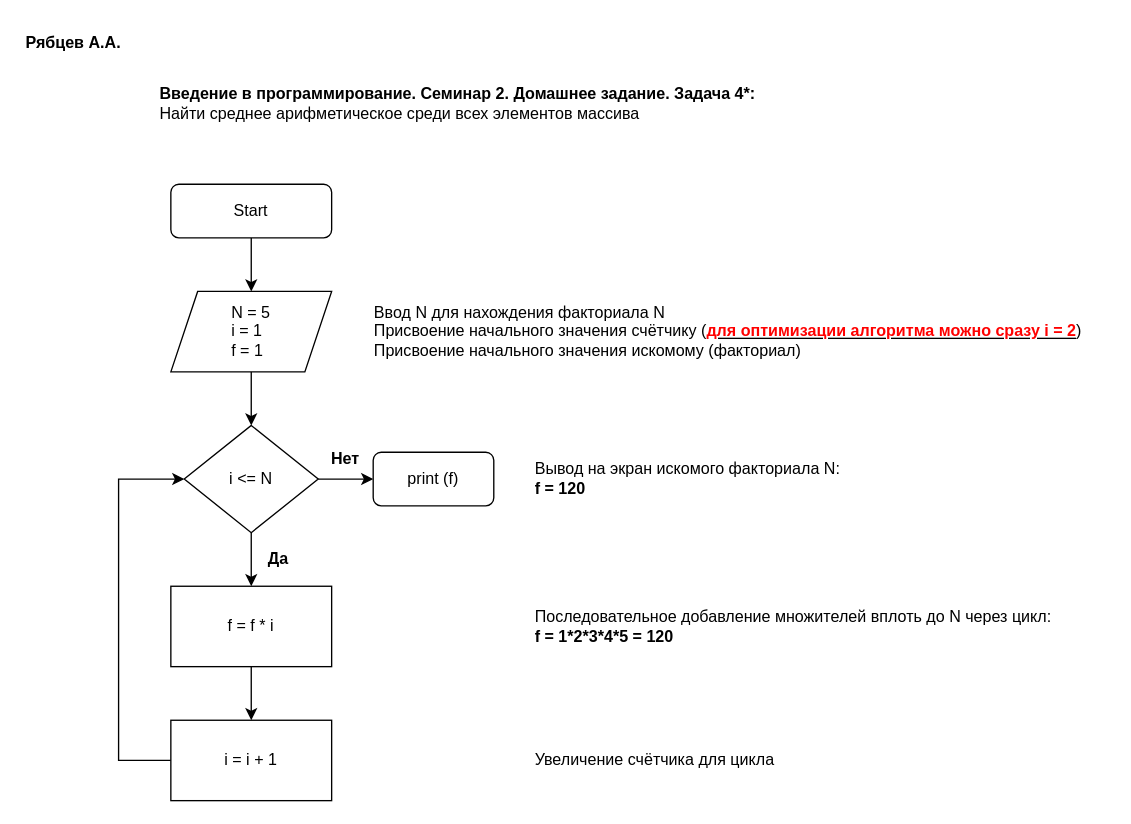
The draw.io diagram 2022.12.09_HW_2-4.drawio in kask1n/Programming_Introguction, before the edit. Source tidied: cells renumbered, new cells numbered last; positions are measured from the earlier drawing's top-left corner, leaving out a move shared by most shapes. Both pictures are drawn from the tidied source at 134%, with x=0, y=0 at pixel (23, 23).
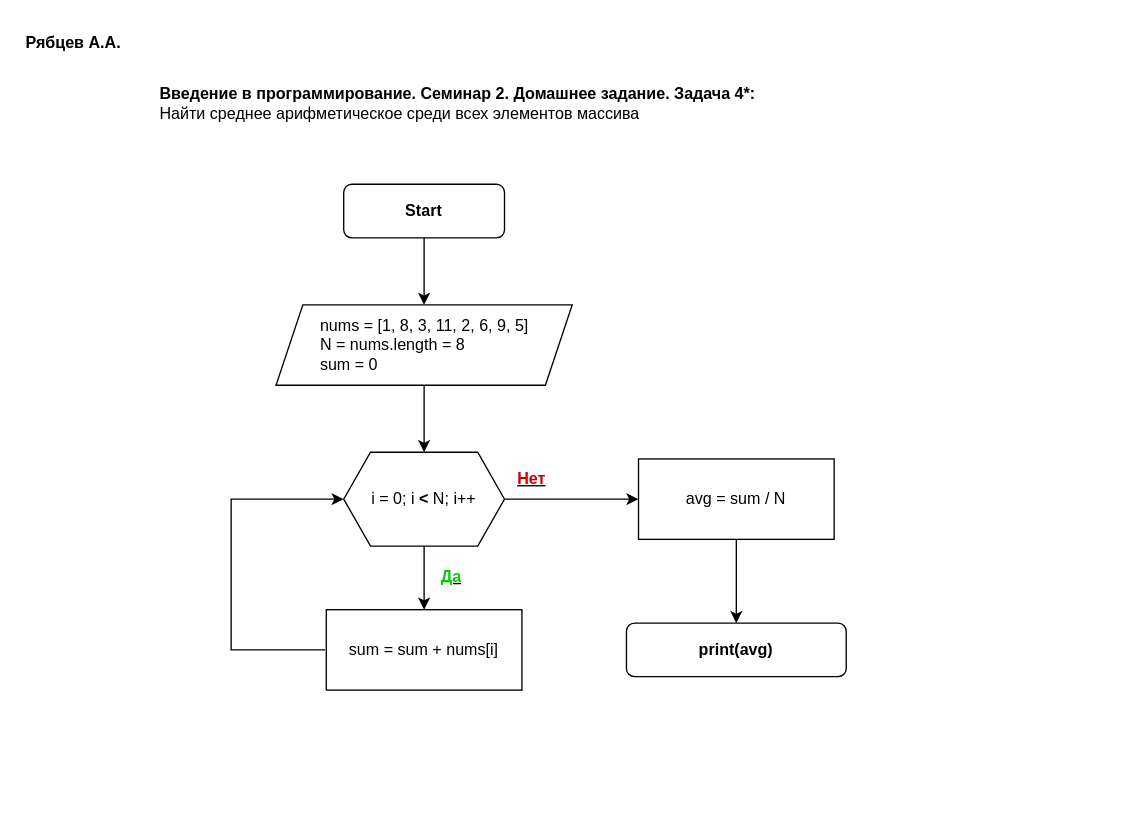
The same page after the edit.

Change to the diagram source:
```diff
@@
-    <mxCell id="2" style="edgeStyle=orthogonalEdgeStyle;rounded=0;jettySize=auto;html=1;" parent="1" edge="1" source="3">
-      <mxGeometry relative="1" as="geometry">
-        <mxPoint x="170" y="200" as="targetPoint" />
-      </mxGeometry>
-    </mxCell>
+    <mxCell id="10" value="&lt;b&gt;Введение в программирование. Семинар 2. Домашнее задание. Задача 4*:&lt;br&gt;&lt;/b&gt;&lt;div&gt;Найти среднее арифметическое среди всех элементов массива&lt;br&gt;&lt;/div&gt;" style="text;html=1;align=left;verticalAlign=middle;strokeColor=none;fillColor=none;" parent="1" vertex="1">
+      <mxGeometry x="100" y="40" width="470" height="40" as="geometry" />
+    </mxCell>
+    <mxCell id="21" value="&lt;b&gt;Рябцев А.А.&lt;/b&gt;" style="text;html=1;align=left;verticalAlign=middle;strokeColor=none;fillColor=none;" parent="1" vertex="1">
+      <mxGeometry width="90" height="30" as="geometry" />
+    </mxCell>
+    <mxCell id="22" style="edgeStyle=orthogonalEdgeStyle;rounded=0;jettySize=auto;html=1;" parent="1" edge="1" source="3" target="25">
+      <mxGeometry relative="1" as="geometry" />
+    </mxCell>
-    <mxCell id="3" value="Start" style="rounded=1;whiteSpace=wrap;html=1;fontSize=12;glass=0;strokeWidth=1;shadow=0;" parent="1" vertex="1">
-      <mxGeometry x="110" y="120" width="120" height="40" as="geometry" />
+    <mxCell id="3" value="&lt;b&gt;Start&lt;/b&gt;" style="rounded=1;whiteSpace=wrap;html=1;fontSize=12;glass=0;strokeWidth=1;shadow=0;" parent="1" vertex="1">
+      <mxGeometry x="239" y="120" width="120" height="40" as="geometry" />
     </mxCell>
-    <mxCell id="4" value="print (f)" style="rounded=1;whiteSpace=wrap;html=1;fontSize=12;glass=0;strokeWidth=1;shadow=0;" parent="1" vertex="1">
-      <mxGeometry x="261" y="320" width="90" height="40" as="geometry" />
-    </mxCell>
-    <mxCell id="5" style="edgeStyle=orthogonalEdgeStyle;rounded=0;jettySize=auto;html=1;" parent="1" edge="1" source="6" target="13">
-      <mxGeometry relative="1" as="geometry" />
-    </mxCell>
-    <mxCell id="6" value="&lt;div style=&quot;text-align: justify;&quot;&gt;&lt;span style=&quot;background-color: initial;&quot;&gt;N = 5&lt;/span&gt;&lt;/div&gt;&lt;div style=&quot;text-align: justify;&quot;&gt;&lt;span style=&quot;background-color: initial;&quot;&gt;i = 1&lt;/span&gt;&lt;/div&gt;&lt;div style=&quot;text-align: justify;&quot;&gt;&lt;span style=&quot;background-color: initial;&quot;&gt;f = 1&lt;/span&gt;&lt;/div&gt;" style="shape=parallelogram;perimeter=parallelogramPerimeter;whiteSpace=wrap;html=1;fixedSize=1;" parent="1" vertex="1">
-      <mxGeometry x="110" y="200" width="120" height="60" as="geometry" />
-    </mxCell>
-    <mxCell id="7" value="Вывод на экран искомого факториала N:&amp;nbsp;&lt;br&gt;&lt;b&gt;f = 120&lt;/b&gt;" style="text;html=1;align=left;verticalAlign=middle;strokeColor=none;fillColor=none;" parent="1" vertex="1">
-      <mxGeometry x="380" y="320" width="250" height="40" as="geometry" />
-    </mxCell>
-    <mxCell id="8" value="&lt;div style=&quot;&quot;&gt;&lt;span style=&quot;background-color: initial;&quot;&gt;Последовательное добавление множителей вплоть до N через цикл:&amp;nbsp;&lt;/span&gt;&lt;/div&gt;&lt;div style=&quot;&quot;&gt;&lt;span style=&quot;background-color: initial;&quot;&gt;&lt;b&gt;f = 1*2*3*4*5 = 120&lt;/b&gt;&lt;/span&gt;&lt;/div&gt;" style="text;html=1;align=left;verticalAlign=middle;strokeColor=none;fillColor=none;" parent="1" vertex="1">
-      <mxGeometry x="380" y="430" width="410" height="40" as="geometry" />
-    </mxCell>
-    <mxCell id="9" value="Ввод N для нахождения факториала N&lt;br&gt;Присвоение начального значения счётчику (&lt;b&gt;&lt;u&gt;&lt;font color=&quot;#ff0000&quot;&gt;для оптимизации алгоритма можно сразу i = 2&lt;/font&gt;&lt;/u&gt;&lt;/b&gt;)&lt;br&gt;Присвоение начального значения искомому (факториал)" style="text;html=1;align=left;verticalAlign=middle;strokeColor=none;fillColor=none;" parent="1" vertex="1">
-      <mxGeometry x="260" y="200" width="550" height="60" as="geometry" />
-    </mxCell>
-    <mxCell id="10" value="&lt;b&gt;Введение в программирование. Семинар 2. Домашнее задание. Задача 4*:&lt;br&gt;&lt;/b&gt;&lt;div&gt;Найти среднее арифметическое среди всех элементов массива&lt;br&gt;&lt;/div&gt;" style="text;html=1;align=left;verticalAlign=middle;strokeColor=none;fillColor=none;" parent="1" vertex="1">
-      <mxGeometry x="100" y="40" width="470" height="40" as="geometry" />
-    </mxCell>
-    <mxCell id="11" style="edgeStyle=orthogonalEdgeStyle;rounded=0;jettySize=auto;html=1;" parent="1" edge="1" source="13" target="15">
-      <mxGeometry relative="1" as="geometry" />
-    </mxCell>
-    <mxCell id="12" style="edgeStyle=orthogonalEdgeStyle;rounded=0;jettySize=auto;html=1;" parent="1" edge="1" source="13" target="4">
-      <mxGeometry relative="1" as="geometry" />
-    </mxCell>
-    <mxCell id="13" value="i &amp;lt;= N" style="rhombus;whiteSpace=wrap;html=1;" parent="1" vertex="1">
-      <mxGeometry x="120" y="300" width="100" height="80" as="geometry" />
-    </mxCell>
-    <mxCell id="14" style="edgeStyle=orthogonalEdgeStyle;rounded=0;jettySize=auto;html=1;" parent="1" edge="1" source="15" target="19">
-      <mxGeometry relative="1" as="geometry" />
-    </mxCell>
-    <mxCell id="15" value="f = f * i" style="rounded=0;whiteSpace=wrap;html=1;" parent="1" vertex="1">
-      <mxGeometry x="110" y="420" width="120" height="60" as="geometry" />
-    </mxCell>
+    <mxCell id="23" value="&lt;b&gt;print(avg)&lt;/b&gt;" style="rounded=1;whiteSpace=wrap;html=1;fontSize=12;glass=0;strokeWidth=1;shadow=0;" parent="1" vertex="1">
+      <mxGeometry x="450" y="447.5" width="164" height="40" as="geometry" />
+    </mxCell>
+    <mxCell id="24" style="edgeStyle=orthogonalEdgeStyle;rounded=0;jettySize=auto;html=1;" parent="1" edge="1" source="25" target="29">
+      <mxGeometry relative="1" as="geometry" />
+    </mxCell>
+    <mxCell id="25" value="&lt;div style=&quot;text-align: justify;&quot;&gt;&lt;span style=&quot;background-color: initial;&quot;&gt;nums = [1, 8, 3, 11, 2, 6, 9, 5]&lt;/span&gt;&lt;/div&gt;&lt;div style=&quot;text-align: justify;&quot;&gt;&lt;span style=&quot;background-color: initial;&quot;&gt;N = nums.length = 8&lt;/span&gt;&lt;/div&gt;&lt;div style=&quot;text-align: justify;&quot;&gt;&lt;span style=&quot;background-color: initial;&quot;&gt;sum = 0&lt;/span&gt;&lt;/div&gt;" style="shape=parallelogram;perimeter=parallelogramPerimeter;whiteSpace=wrap;html=1;fixedSize=1;" parent="1" vertex="1">
+      <mxGeometry x="188.5" y="210" width="221" height="60" as="geometry" />
+    </mxCell>
-    <mxCell id="16" value="&lt;b&gt;Да&lt;/b&gt;" style="text;html=1;align=center;verticalAlign=middle;strokeColor=none;fillColor=none;" parent="1" vertex="1">
-      <mxGeometry x="170" y="385" width="40" height="30" as="geometry" />
+    <mxCell id="16" value="&lt;b&gt;&lt;u&gt;&lt;font color=&quot;#00cc00&quot;&gt;Да&lt;/font&gt;&lt;/u&gt;&lt;/b&gt;" style="text;html=1;align=center;verticalAlign=middle;strokeColor=none;fillColor=none;" parent="1" vertex="1">
+      <mxGeometry x="299" y="397.5" width="40" height="30" as="geometry" />
     </mxCell>
-    <mxCell id="17" value="&lt;b&gt;Нет&lt;/b&gt;" style="text;html=1;align=center;verticalAlign=middle;strokeColor=none;fillColor=none;" parent="1" vertex="1">
-      <mxGeometry x="220" y="310" width="40" height="30" as="geometry" />
+    <mxCell id="17" value="&lt;b&gt;&lt;u&gt;&lt;font color=&quot;#cc0000&quot;&gt;Нет&lt;/font&gt;&lt;/u&gt;&lt;/b&gt;" style="text;html=1;align=center;verticalAlign=middle;strokeColor=none;fillColor=none;" parent="1" vertex="1">
+      <mxGeometry x="359" y="325" width="40" height="30" as="geometry" />
     </mxCell>
-    <mxCell id="18" style="edgeStyle=orthogonalEdgeStyle;rounded=0;jettySize=auto;html=1;entryX=0;entryY=0.5;entryDx=0;entryDy=0;" parent="1" edge="1" source="19" target="13">
-      <mxGeometry relative="1" as="geometry">
-        <Array as="points">
-          <mxPoint x="71" y="550" />
-          <mxPoint x="71" y="340" />
-        </Array>
-      </mxGeometry>
-    </mxCell>
-    <mxCell id="19" value="i = i + 1" style="rounded=0;whiteSpace=wrap;html=1;" parent="1" vertex="1">
-      <mxGeometry x="110" y="520" width="120" height="60" as="geometry" />
-    </mxCell>
-    <mxCell id="20" value="&lt;div style=&quot;&quot;&gt;Увеличение счётчика для цикла&lt;br&gt;&lt;/div&gt;" style="text;html=1;align=left;verticalAlign=middle;strokeColor=none;fillColor=none;" parent="1" vertex="1">
-      <mxGeometry x="380" y="535" width="200" height="30" as="geometry" />
-    </mxCell>
-    <mxCell id="21" value="&lt;b&gt;Рябцев А.А.&lt;/b&gt;" style="text;html=1;align=left;verticalAlign=middle;strokeColor=none;fillColor=none;" parent="1" vertex="1">
-      <mxGeometry width="90" height="30" as="geometry" />
-    </mxCell>
+    <mxCell id="26" style="edgeStyle=orthogonalEdgeStyle;rounded=0;jettySize=auto;html=1;entryX=0;entryY=0.5;entryDx=0;entryDy=0;" parent="1" edge="1" target="29">
+      <mxGeometry relative="1" as="geometry">
+        <mxPoint x="225" y="467.5" as="sourcePoint" />
+        <Array as="points">
+          <mxPoint x="155" y="468" />
+          <mxPoint x="155" y="355" />
+        </Array>
+      </mxGeometry>
+    </mxCell>
+    <mxCell id="27" style="edgeStyle=orthogonalEdgeStyle;rounded=0;jettySize=auto;html=1;" parent="1" edge="1" source="29" target="30">
+      <mxGeometry relative="1" as="geometry" />
+    </mxCell>
+    <mxCell id="28" style="edgeStyle=orthogonalEdgeStyle;rounded=0;jettySize=auto;html=1;" parent="1" edge="1" source="29" target="32">
+      <mxGeometry relative="1" as="geometry" />
+    </mxCell>
+    <mxCell id="29" value="&lt;div style=&quot;text-align: justify;&quot;&gt;&lt;span style=&quot;background-color: initial;&quot;&gt;i = 0;&amp;nbsp;&lt;/span&gt;&lt;span style=&quot;background-color: initial;&quot;&gt;i &lt;b&gt;&amp;lt;&lt;/b&gt;&amp;nbsp;N; i++&lt;/span&gt;&lt;/div&gt;" style="shape=hexagon;perimeter=hexagonPerimeter2;whiteSpace=wrap;html=1;fixedSize=1;" parent="1" vertex="1">
+      <mxGeometry x="239" y="320" width="120" height="70" as="geometry" />
+    </mxCell>
+    <mxCell id="30" value="&lt;div style=&quot;text-align: justify;&quot;&gt;sum = sum + nums[i]&lt;/div&gt;" style="rounded=0;whiteSpace=wrap;html=1;" parent="1" vertex="1">
+      <mxGeometry x="226" y="437.5" width="146" height="60" as="geometry" />
+    </mxCell>
+    <mxCell id="31" style="edgeStyle=orthogonalEdgeStyle;rounded=0;jettySize=auto;html=1;" parent="1" edge="1" source="32" target="23">
+      <mxGeometry relative="1" as="geometry" />
+    </mxCell>
+    <mxCell id="32" value="&lt;div style=&quot;text-align: justify;&quot;&gt;avg = sum / N&lt;/div&gt;" style="rounded=0;whiteSpace=wrap;html=1;" parent="1" vertex="1">
+      <mxGeometry x="459" y="325" width="146" height="60" as="geometry" />
+    </mxCell>
```
